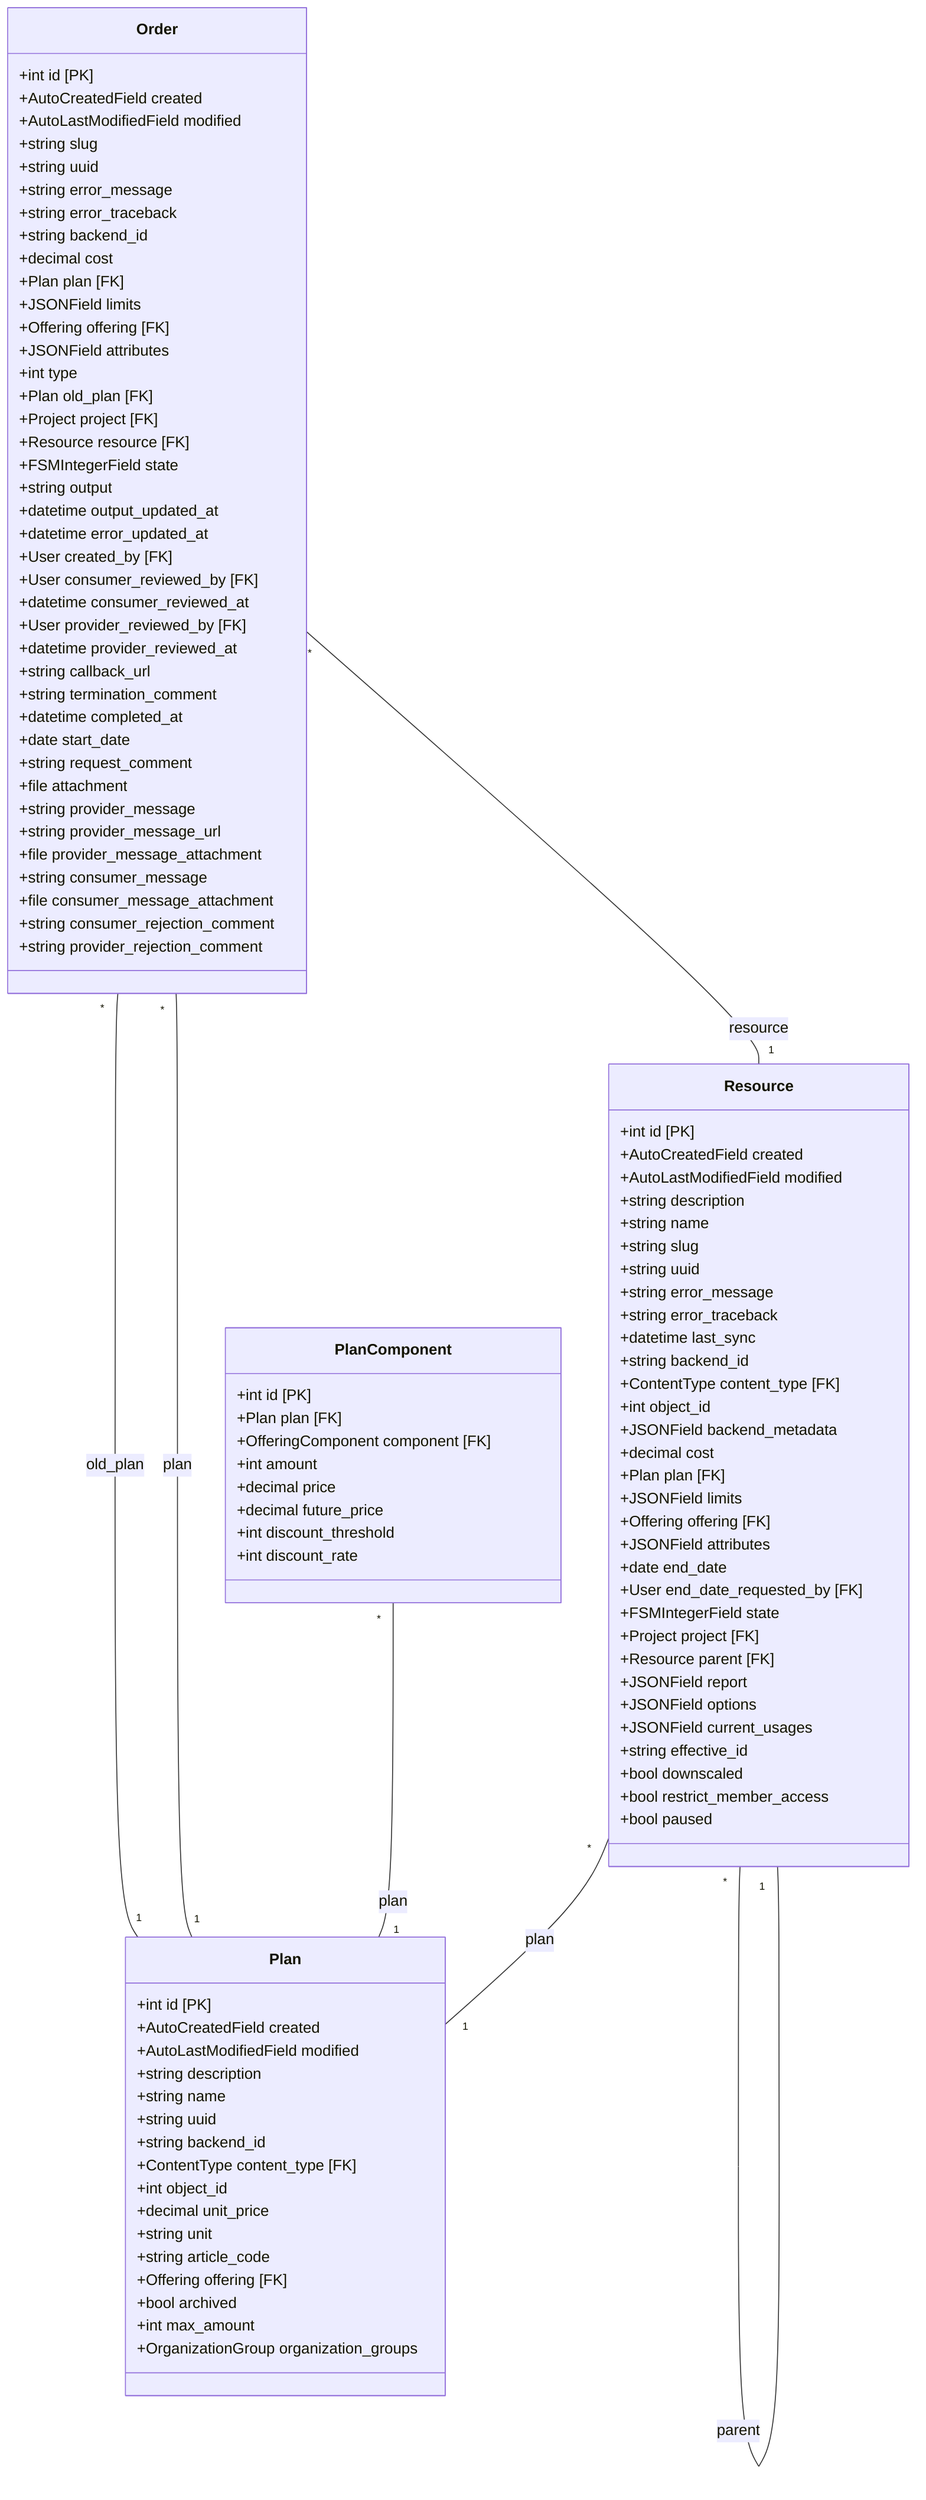
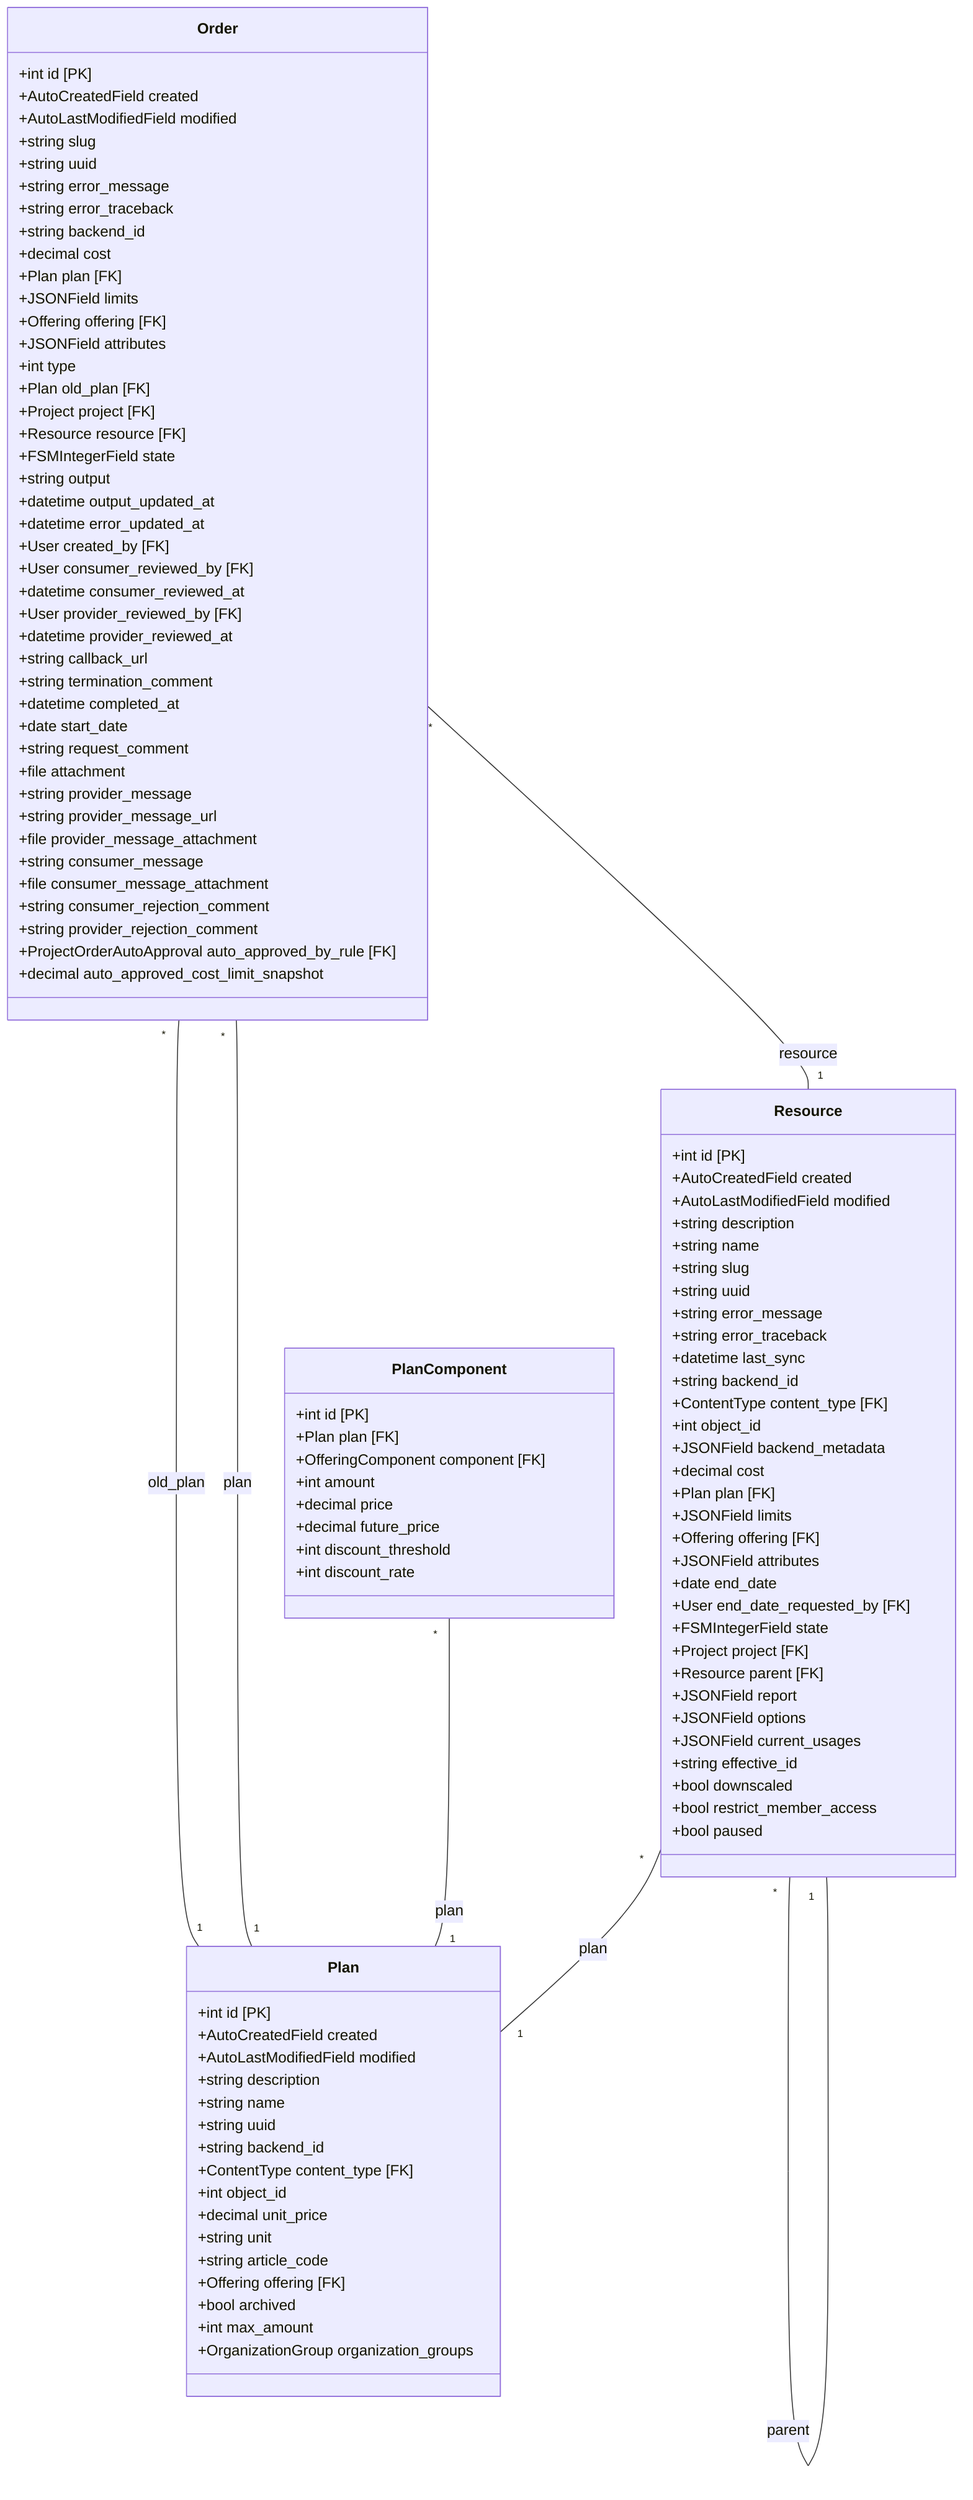
classDiagram
    direction TB
    class Plan {
        +int id [PK]
        +AutoCreatedField created
        +AutoLastModifiedField modified
        +string description
        +string name
        +string uuid
        +string backend_id
        +ContentType content_type [FK]
        +int object_id
        +decimal unit_price
        +string unit
        +string article_code
        +Offering offering [FK]
        +bool archived
        +int max_amount
        +OrganizationGroup organization_groups
    }
    class PlanComponent {
        +int id [PK]
        +Plan plan [FK]
        +OfferingComponent component [FK]
        +int amount
        +decimal price
        +decimal future_price
        +int discount_threshold
        +int discount_rate
    }
    class Resource {
        +int id [PK]
        +AutoCreatedField created
        +AutoLastModifiedField modified
        +string description
        +string name
        +string slug
        +string uuid
        +string error_message
        +string error_traceback
        +datetime last_sync
        +string backend_id
        +ContentType content_type [FK]
        +int object_id
        +JSONField backend_metadata
        +decimal cost
        +Plan plan [FK]
        +JSONField limits
        +Offering offering [FK]
        +JSONField attributes
        +date end_date
        +User end_date_requested_by [FK]
        +FSMIntegerField state
        +Project project [FK]
        +Resource parent [FK]
        +JSONField report
        +JSONField options
        +JSONField current_usages
        +string effective_id
        +bool downscaled
        +bool restrict_member_access
        +bool paused
    }
    class Order {
        +int id [PK]
        +AutoCreatedField created
        +AutoLastModifiedField modified
        +string slug
        +string uuid
        +string error_message
        +string error_traceback
        +string backend_id
        +decimal cost
        +Plan plan [FK]
        +JSONField limits
        +Offering offering [FK]
        +JSONField attributes
        +int type
        +Plan old_plan [FK]
        +Project project [FK]
        +Resource resource [FK]
        +FSMIntegerField state
        +string output
        +datetime output_updated_at
        +datetime error_updated_at
        +User created_by [FK]
        +User consumer_reviewed_by [FK]
        +datetime consumer_reviewed_at
        +User provider_reviewed_by [FK]
        +datetime provider_reviewed_at
        +string callback_url
        +string termination_comment
        +datetime completed_at
        +date start_date
        +string request_comment
        +file attachment
        +string provider_message
        +string provider_message_url
        +file provider_message_attachment
        +string consumer_message
        +file consumer_message_attachment
        +string consumer_rejection_comment
        +string provider_rejection_comment
+         +ProjectOrderAutoApproval auto_approved_by_rule [FK]
+         +decimal auto_approved_cost_limit_snapshot
    }
    Order "*" -- "1" Plan : old_plan
    Order "*" -- "1" Plan : plan
    Order "*" -- "1" Resource : resource
    PlanComponent "*" -- "1" Plan : plan
    Resource "*" -- "1" Plan : plan
    Resource "*" -- "1" Resource : parent